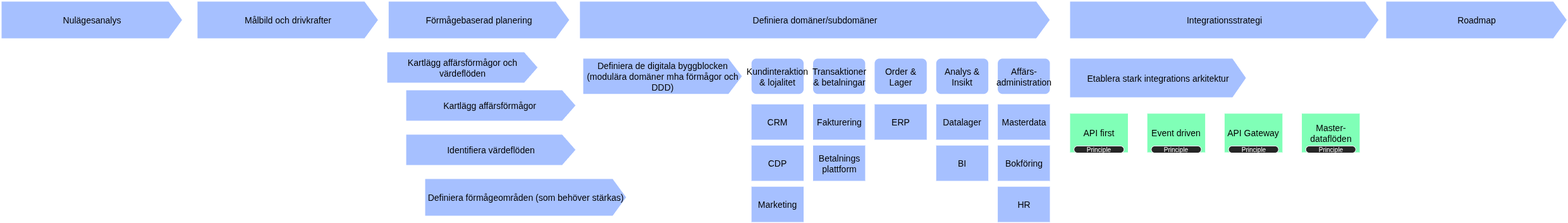
The draw.io diagram assets/images/Target-Architecture-ADM-EDGY.png in Pettersson-dev/Pettersson-dev.github.io, before a commit. Source tidied: cells renumbered, new cells last; positions are measured from the earlier drawing's top-left corner, leaving out a move shared by most shapes.
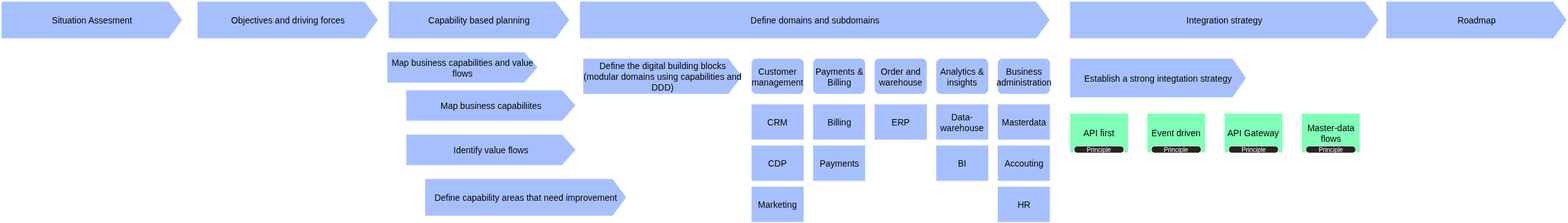
Above is the later version.

Diff of the diagram source:
```diff
@@ -5,16 +5,16 @@
     <mxCell id="2" style="group;" parent="1" vertex="1">
       <mxGeometry x="920" y="90" width="740" height="260" as="geometry" />
     </mxCell>
-    <mxCell id="3" value="&lt;div&gt;Definiera de digitala byggblocken&lt;/div&gt;&lt;div&gt;(modulära domäner mha förmågor och DDD)&lt;/div&gt;" style="html=1;shadow=0;dashed=0;align=center;verticalAlign=middle;shape=mxgraph.arrows2.arrow;dy=0;dx=22;notch=0;strokeColor=#FFFFFF;strokeWidth=2;fontSize=14;fillColor=#A6C0FF;whiteSpace=wrap;" parent="2" vertex="1">
+    <mxCell id="3" value="&lt;div&gt;Define the digital building blocks&lt;/div&gt;&lt;div&gt;(modular domains using capabilities and DDD)&lt;/div&gt;" style="html=1;shadow=0;dashed=0;align=center;verticalAlign=middle;shape=mxgraph.arrows2.arrow;dy=0;dx=22;notch=0;strokeColor=#FFFFFF;strokeWidth=2;fontSize=14;fillColor=#A6C0FF;whiteSpace=wrap;" parent="2" vertex="1">
       <mxGeometry width="253.2" height="57.8" as="geometry" />
     </mxCell>
-    <mxCell id="4" value="Kundinteraktion &amp;amp; lojalitet" style="rounded=1;whiteSpace=wrap;html=1;strokeColor=#FFFFFF;strokeWidth=2;fillColor=#a6c0ff;fontSize=14;" parent="2" vertex="1">
+    <mxCell id="4" value="Customer management" style="rounded=1;whiteSpace=wrap;html=1;strokeColor=#FFFFFF;strokeWidth=2;fillColor=#a6c0ff;fontSize=14;" parent="2" vertex="1">
       <mxGeometry x="266.1" width="84.4" height="57.8" as="geometry" />
     </mxCell>
-    <mxCell id="5" value="Transaktioner &amp;amp; betalningar" style="rounded=1;whiteSpace=wrap;html=1;strokeColor=#FFFFFF;strokeWidth=2;fillColor=#a6c0ff;fontSize=14;" parent="2" vertex="1">
+    <mxCell id="5" value="Payments &amp;amp; Billing" style="rounded=1;whiteSpace=wrap;html=1;strokeColor=#FFFFFF;strokeWidth=2;fillColor=#a6c0ff;fontSize=14;" parent="2" vertex="1">
       <mxGeometry x="363.5" width="84.4" height="57.8" as="geometry" />
     </mxCell>
-    <mxCell id="6" value="Order &amp;amp; Lager" style="rounded=1;whiteSpace=wrap;html=1;strokeColor=#FFFFFF;strokeWidth=2;fillColor=#a6c0ff;fontSize=14;" parent="2" vertex="1">
+    <mxCell id="6" value="Order and warehouse" style="rounded=1;whiteSpace=wrap;html=1;strokeColor=#FFFFFF;strokeWidth=2;fillColor=#a6c0ff;fontSize=14;" parent="2" vertex="1">
       <mxGeometry x="460.9" width="84.4" height="57.8" as="geometry" />
     </mxCell>
     <mxCell id="7" value="CRM" style="whiteSpace=wrap;html=1;strokeColor=#FFFFFF;strokeWidth=2;fontSize=14;fillColor=#A6C0FF;shadow=0;dashed=0;" parent="2" vertex="1">
@@ -26,64 +26,64 @@
     <mxCell id="9" value="Marketing" style="whiteSpace=wrap;html=1;strokeColor=#FFFFFF;strokeWidth=2;fontSize=14;fillColor=#A6C0FF;shadow=0;dashed=0;" parent="2" vertex="1">
       <mxGeometry x="266.1" y="202.2" width="84.4" height="57.8" as="geometry" />
     </mxCell>
-    <mxCell id="10" value="Fakturering" style="whiteSpace=wrap;html=1;strokeColor=#FFFFFF;strokeWidth=2;fontSize=14;fillColor=#A6C0FF;shadow=0;dashed=0;" parent="2" vertex="1">
+    <mxCell id="10" value="Billing" style="whiteSpace=wrap;html=1;strokeColor=#FFFFFF;strokeWidth=2;fontSize=14;fillColor=#A6C0FF;shadow=0;dashed=0;" parent="2" vertex="1">
       <mxGeometry x="363.5" y="72.2" width="84.4" height="57.8" as="geometry" />
     </mxCell>
     <mxCell id="11" value="ERP" style="whiteSpace=wrap;html=1;strokeColor=#FFFFFF;strokeWidth=2;fontSize=14;fillColor=#A6C0FF;shadow=0;dashed=0;" parent="2" vertex="1">
       <mxGeometry x="460.9" y="72.2" width="84.4" height="57.8" as="geometry" />
     </mxCell>
-    <mxCell id="12" value="Analys &amp;amp; Insikt" style="rounded=1;whiteSpace=wrap;html=1;strokeColor=#FFFFFF;strokeWidth=2;fillColor=#a6c0ff;fontSize=14;" parent="2" vertex="1">
+    <mxCell id="12" value="Analytics &amp;amp; insights" style="rounded=1;whiteSpace=wrap;html=1;strokeColor=#FFFFFF;strokeWidth=2;fillColor=#a6c0ff;fontSize=14;" parent="2" vertex="1">
       <mxGeometry x="558.2" width="84.4" height="57.8" as="geometry" />
     </mxCell>
-    <mxCell id="13" value="Datalager" style="whiteSpace=wrap;html=1;strokeColor=#FFFFFF;strokeWidth=2;fontSize=14;fillColor=#A6C0FF;shadow=0;dashed=0;" parent="2" vertex="1">
+    <mxCell id="13" value="Data-warehouse" style="whiteSpace=wrap;html=1;strokeColor=#FFFFFF;strokeWidth=2;fontSize=14;fillColor=#A6C0FF;shadow=0;dashed=0;" parent="2" vertex="1">
       <mxGeometry x="558.2" y="72.2" width="84.4" height="57.8" as="geometry" />
     </mxCell>
     <mxCell id="14" value="BI" style="whiteSpace=wrap;html=1;strokeColor=#FFFFFF;strokeWidth=2;fontSize=14;fillColor=#A6C0FF;shadow=0;dashed=0;" parent="2" vertex="1">
       <mxGeometry x="558.2" y="137.2" width="84.4" height="57.8" as="geometry" />
     </mxCell>
-    <mxCell id="15" value="Affärs-administration" style="rounded=1;whiteSpace=wrap;html=1;strokeColor=#FFFFFF;strokeWidth=2;fillColor=#a6c0ff;fontSize=14;" parent="2" vertex="1">
+    <mxCell id="15" value="Business administration" style="rounded=1;whiteSpace=wrap;html=1;strokeColor=#FFFFFF;strokeWidth=2;fillColor=#a6c0ff;fontSize=14;" parent="2" vertex="1">
       <mxGeometry x="655.6" width="84.4" height="57.8" as="geometry" />
     </mxCell>
     <mxCell id="16" value="Masterdata" style="whiteSpace=wrap;html=1;strokeColor=#FFFFFF;strokeWidth=2;fontSize=14;fillColor=#A6C0FF;shadow=0;dashed=0;" parent="2" vertex="1">
       <mxGeometry x="655.6" y="72.2" width="84.4" height="57.8" as="geometry" />
     </mxCell>
-    <mxCell id="17" value="Bokföring" style="whiteSpace=wrap;html=1;strokeColor=#FFFFFF;strokeWidth=2;fontSize=14;fillColor=#A6C0FF;shadow=0;dashed=0;" parent="2" vertex="1">
+    <mxCell id="17" value="Accouting" style="whiteSpace=wrap;html=1;strokeColor=#FFFFFF;strokeWidth=2;fontSize=14;fillColor=#A6C0FF;shadow=0;dashed=0;" parent="2" vertex="1">
       <mxGeometry x="655.6" y="137.2" width="84.4" height="57.8" as="geometry" />
     </mxCell>
     <mxCell id="18" value="HR" style="whiteSpace=wrap;html=1;strokeColor=#FFFFFF;strokeWidth=2;fontSize=14;fillColor=#A6C0FF;shadow=0;dashed=0;" parent="2" vertex="1">
       <mxGeometry x="655.6" y="202.2" width="84.4" height="57.8" as="geometry" />
     </mxCell>
-    <mxCell id="19" value="Betalnings&lt;div&gt;plattform&lt;/div&gt;" style="whiteSpace=wrap;html=1;strokeColor=#FFFFFF;strokeWidth=2;fontSize=14;fillColor=#A6C0FF;shadow=0;dashed=0;" parent="2" vertex="1">
+    <mxCell id="19" value="Payments" style="whiteSpace=wrap;html=1;strokeColor=#FFFFFF;strokeWidth=2;fontSize=14;fillColor=#A6C0FF;shadow=0;dashed=0;" parent="2" vertex="1">
       <mxGeometry x="363.5" y="137.2" width="84.4" height="57.8" as="geometry" />
     </mxCell>
     <mxCell id="20" style="group;" parent="1" vertex="1">
       <mxGeometry x="610" y="80" width="380" height="260" as="geometry" />
     </mxCell>
-    <mxCell id="21" value="Kartlägg affärsförmågor och värdeflöden" style="html=1;shadow=0;dashed=0;align=center;verticalAlign=middle;shape=mxgraph.arrows2.arrow;dy=0;dx=22;notch=0;strokeColor=#FFFFFF;strokeWidth=2;fontSize=14;fillColor=#A6C0FF;whiteSpace=wrap;" parent="20" vertex="1">
+    <mxCell id="21" value="Map business capabilities and value flows" style="html=1;shadow=0;dashed=0;align=center;verticalAlign=middle;shape=mxgraph.arrows2.arrow;dy=0;dx=22;notch=0;strokeColor=#FFFFFF;strokeWidth=2;fontSize=14;fillColor=#A6C0FF;whiteSpace=wrap;" parent="20" vertex="1">
       <mxGeometry width="240" height="50" as="geometry" />
     </mxCell>
-    <mxCell id="22" value="&lt;div&gt;Kartlägg affärsförmågor&amp;nbsp;&lt;/div&gt;" style="html=1;shadow=0;dashed=0;align=center;verticalAlign=middle;shape=mxgraph.arrows2.arrow;dy=0;dx=22;notch=0;strokeColor=#FFFFFF;strokeWidth=2;fontSize=14;fillColor=#A6C0FF;whiteSpace=wrap;" parent="20" vertex="1">
+    <mxCell id="22" value="&lt;div&gt;Map business capabiliites&lt;/div&gt;" style="html=1;shadow=0;dashed=0;align=center;verticalAlign=middle;shape=mxgraph.arrows2.arrow;dy=0;dx=22;notch=0;strokeColor=#FFFFFF;strokeWidth=2;fontSize=14;fillColor=#A6C0FF;whiteSpace=wrap;" parent="20" vertex="1">
       <mxGeometry x="30" y="60" width="270" height="50" as="geometry" />
     </mxCell>
-    <mxCell id="23" value="&lt;div&gt;Identifiera värdeflöden&lt;/div&gt;" style="html=1;shadow=0;dashed=0;align=center;verticalAlign=middle;shape=mxgraph.arrows2.arrow;dy=0;dx=22;notch=0;strokeColor=#FFFFFF;strokeWidth=2;fontSize=14;fillColor=#A6C0FF;whiteSpace=wrap;" parent="20" vertex="1">
+    <mxCell id="23" value="&lt;div&gt;Identify value flows&lt;/div&gt;" style="html=1;shadow=0;dashed=0;align=center;verticalAlign=middle;shape=mxgraph.arrows2.arrow;dy=0;dx=22;notch=0;strokeColor=#FFFFFF;strokeWidth=2;fontSize=14;fillColor=#A6C0FF;whiteSpace=wrap;" parent="20" vertex="1">
       <mxGeometry x="30" y="130" width="270" height="50" as="geometry" />
     </mxCell>
-    <mxCell id="24" value="Definiera förmågeområden (som behöver stärkas)" style="html=1;shadow=0;dashed=0;align=center;verticalAlign=middle;shape=mxgraph.arrows2.arrow;dy=0;dx=22;notch=0;strokeColor=#FFFFFF;strokeWidth=2;fontSize=14;fillColor=#A6C0FF;whiteSpace=wrap;" parent="20" vertex="1">
+    <mxCell id="24" value="Define capability areas that need improvement" style="html=1;shadow=0;dashed=0;align=center;verticalAlign=middle;shape=mxgraph.arrows2.arrow;dy=0;dx=22;notch=0;strokeColor=#FFFFFF;strokeWidth=2;fontSize=14;fillColor=#A6C0FF;whiteSpace=wrap;" parent="20" vertex="1">
       <mxGeometry x="60" y="200" width="320" height="60" as="geometry" />
     </mxCell>
-    <mxCell id="25" value="Nulägesanalys" style="html=1;shadow=0;dashed=0;align=center;verticalAlign=middle;shape=mxgraph.arrows2.arrow;dy=0;dx=22;notch=0;strokeColor=#FFFFFF;strokeWidth=2;fontSize=14;fillColor=#A6C0FF;whiteSpace=wrap;" parent="1" vertex="1">
+    <mxCell id="25" value="Situation Assesment" style="html=1;shadow=0;dashed=0;align=center;verticalAlign=middle;shape=mxgraph.arrows2.arrow;dy=0;dx=22;notch=0;strokeColor=#FFFFFF;strokeWidth=2;fontSize=14;fillColor=#A6C0FF;whiteSpace=wrap;" parent="1" vertex="1">
       <mxGeometry width="287.7" height="60" as="geometry" />
     </mxCell>
-    <mxCell id="26" value="Målbild och drivkrafter" style="html=1;shadow=0;dashed=0;align=center;verticalAlign=middle;shape=mxgraph.arrows2.arrow;dy=0;dx=22;notch=0;strokeColor=#FFFFFF;strokeWidth=2;fontSize=14;fillColor=#A6C0FF;whiteSpace=wrap;" parent="1" vertex="1">
+    <mxCell id="26" value="Objectives and driving forces" style="html=1;shadow=0;dashed=0;align=center;verticalAlign=middle;shape=mxgraph.arrows2.arrow;dy=0;dx=22;notch=0;strokeColor=#FFFFFF;strokeWidth=2;fontSize=14;fillColor=#A6C0FF;whiteSpace=wrap;" parent="1" vertex="1">
       <mxGeometry x="309.8" width="287.7" height="60" as="geometry" />
     </mxCell>
-    <mxCell id="27" value="Förmågebaserad planering" style="html=1;shadow=0;dashed=0;align=center;verticalAlign=middle;shape=mxgraph.arrows2.arrow;dy=0;dx=22;notch=0;strokeColor=#FFFFFF;strokeWidth=2;fontSize=14;fillColor=#A6C0FF;whiteSpace=wrap;" parent="1" vertex="1">
+    <mxCell id="27" value="Capability based planning" style="html=1;shadow=0;dashed=0;align=center;verticalAlign=middle;shape=mxgraph.arrows2.arrow;dy=0;dx=22;notch=0;strokeColor=#FFFFFF;strokeWidth=2;fontSize=14;fillColor=#A6C0FF;whiteSpace=wrap;" parent="1" vertex="1">
       <mxGeometry x="612.3" width="287.7" height="60" as="geometry" />
     </mxCell>
-    <mxCell id="28" value="Definiera domäner/subdomäner" style="html=1;shadow=0;dashed=0;align=center;verticalAlign=middle;shape=mxgraph.arrows2.arrow;dy=0;dx=22;notch=0;strokeColor=#FFFFFF;strokeWidth=2;fontSize=14;fillColor=#A6C0FF;whiteSpace=wrap;" parent="1" vertex="1">
+    <mxCell id="28" value="Define domains and subdomains" style="html=1;shadow=0;dashed=0;align=center;verticalAlign=middle;shape=mxgraph.arrows2.arrow;dy=0;dx=22;notch=0;strokeColor=#FFFFFF;strokeWidth=2;fontSize=14;fillColor=#A6C0FF;whiteSpace=wrap;" parent="1" vertex="1">
       <mxGeometry x="914.8" width="745.2" height="60" as="geometry" />
     </mxCell>
-    <mxCell id="29" value="Integrationsstrategi" style="html=1;shadow=0;dashed=0;align=center;verticalAlign=middle;shape=mxgraph.arrows2.arrow;dy=0;dx=22;notch=0;strokeColor=#FFFFFF;strokeWidth=2;fontSize=14;fillColor=#A6C0FF;whiteSpace=wrap;" parent="1" vertex="1">
+    <mxCell id="29" value="Integration strategy" style="html=1;shadow=0;dashed=0;align=center;verticalAlign=middle;shape=mxgraph.arrows2.arrow;dy=0;dx=22;notch=0;strokeColor=#FFFFFF;strokeWidth=2;fontSize=14;fillColor=#A6C0FF;whiteSpace=wrap;" parent="1" vertex="1">
       <mxGeometry x="1690" width="490" height="60" as="geometry" />
     </mxCell>
     <mxCell id="30" value="Roadmap" style="html=1;shadow=0;dashed=0;align=center;verticalAlign=middle;shape=mxgraph.arrows2.arrow;dy=0;dx=22;notch=0;strokeColor=#FFFFFF;strokeWidth=2;fontSize=14;fillColor=#A6C0FF;whiteSpace=wrap;" parent="1" vertex="1">
@@ -95,7 +95,7 @@
     <mxCell id="32" style="group;" parent="31" vertex="1">
       <mxGeometry width="460" height="150" as="geometry" />
     </mxCell>
-    <mxCell id="33" value="Etablera stark integrations arkitektur" style="html=1;shadow=0;dashed=0;align=center;verticalAlign=middle;shape=mxgraph.arrows2.arrow;dy=0;dx=22;notch=0;strokeColor=#FFFFFF;strokeWidth=2;fontSize=14;fillColor=#A6C0FF;whiteSpace=wrap;" parent="32" vertex="1">
+    <mxCell id="33" value="Establish a strong integtation strategy" style="html=1;shadow=0;dashed=0;align=center;verticalAlign=middle;shape=mxgraph.arrows2.arrow;dy=0;dx=22;notch=0;strokeColor=#FFFFFF;strokeWidth=2;fontSize=14;fillColor=#A6C0FF;whiteSpace=wrap;" parent="32" vertex="1">
       <mxGeometry width="280.3" height="63.2" as="geometry" />
     </mxCell>
     <mxCell id="34" value="API first" style="whiteSpace=wrap;html=1;strokeColor=#FFFFFF;strokeWidth=2;fontSize=14;fillColor=light-dark(#80FFB7,#344A80);shadow=0;dashed=0;" parent="32" vertex="1">
@@ -107,7 +107,7 @@
     <mxCell id="36" value="API Gateway" style="whiteSpace=wrap;html=1;strokeColor=#FFFFFF;strokeWidth=2;fontSize=14;fillColor=light-dark(#80FFB7,#344A80);shadow=0;dashed=0;" parent="32" vertex="1">
       <mxGeometry x="244.4" y="86.8" width="93.4" height="63.2" as="geometry" />
     </mxCell>
-    <mxCell id="37" value="Master-dataflöden " style="whiteSpace=wrap;html=1;strokeColor=#FFFFFF;strokeWidth=2;fontSize=14;fillColor=light-dark(#80FFB7,#344A80);shadow=0;dashed=0;" parent="32" vertex="1">
+    <mxCell id="37" value="Master-data flows" style="whiteSpace=wrap;html=1;strokeColor=#FFFFFF;strokeWidth=2;fontSize=14;fillColor=light-dark(#80FFB7,#344A80);shadow=0;dashed=0;" parent="32" vertex="1">
       <mxGeometry x="366.6" y="86.8" width="93.4" height="63.2" as="geometry" />
     </mxCell>
     <mxCell id="38" value="Principle" style="rounded=1;whiteSpace=wrap;html=1;arcSize=50;strokeWidth=1;strokeColor=#FFFFFF;fillColor=#262626;fontSize=10;spacingBottom=1;spacingTop=1;fontColor=#FFFFFF;" parent="31" vertex="1">
```
